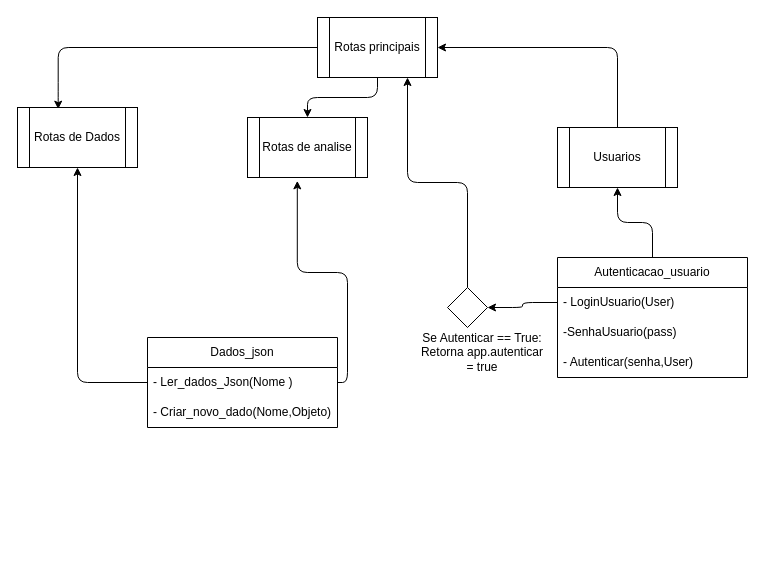
This is Docs/Fluxo_projeto.drawio from FelipeKatao/ApiAnaliseDados, a draw.io file, before an edit. Source tidied: cells renumbered, new cells numbered last; positions are measured from the earlier drawing's top-left corner, leaving out a move shared by most shapes. Both pictures are drawn from the tidied source at 100%, with x=0, y=0 at pixel (17, 17).
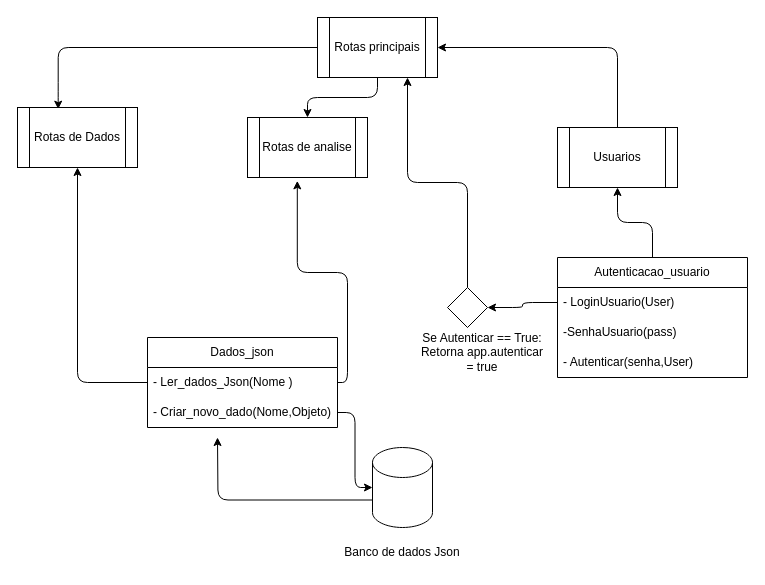
The same diagram, later.

Commit message:
atualização de fluxo

Unchanged cells that the change refers to:
```xml
<mxCell id="10" value="- Criar_novo_dado(Nome,Objeto)" style="text;strokeColor=none;fillColor=none;align=left;verticalAlign=middle;spacingLeft=4;spacingRight=4;overflow=hidden;points=[[0,0.5],[1,0.5]];portConstraint=eastwest;whiteSpace=wrap;html=1;" parent="8" vertex="1">
  <mxGeometry y="60" width="190" height="30" as="geometry" />
</mxCell>
```

What changed in the source:
```diff
@@
+    <mxCell id="23" style="edgeStyle=orthogonalEdgeStyle;html=1;exitX=0;exitY=0;exitDx=0;exitDy=52.5;exitPerimeter=0;" parent="1" edge="1" source="24">
+      <mxGeometry relative="1" as="geometry">
+        <mxPoint x="200" y="420" as="targetPoint" />
+      </mxGeometry>
+    </mxCell>
+    <mxCell id="24" style="shape=cylinder3;whiteSpace=wrap;html=1;boundedLbl=1;backgroundOutline=1;size=15;" parent="1" vertex="1">
+      <mxGeometry x="355" y="430" width="60" height="80" as="geometry" />
+    </mxCell>
+    <mxCell id="25" value="Banco de dados Json" style="text;html=1;strokeColor=none;fillColor=none;align=center;verticalAlign=middle;whiteSpace=wrap;rounded=0;" parent="1" vertex="1">
+      <mxGeometry x="320" y="520" width="130" height="30" as="geometry" />
+    </mxCell>
+    <mxCell id="26" style="edgeStyle=orthogonalEdgeStyle;html=1;entryX=0;entryY=0.5;entryDx=0;entryDy=0;entryPerimeter=0;" parent="1" edge="1" source="10" target="24">
+      <mxGeometry relative="1" as="geometry" />
+    </mxCell>
```
